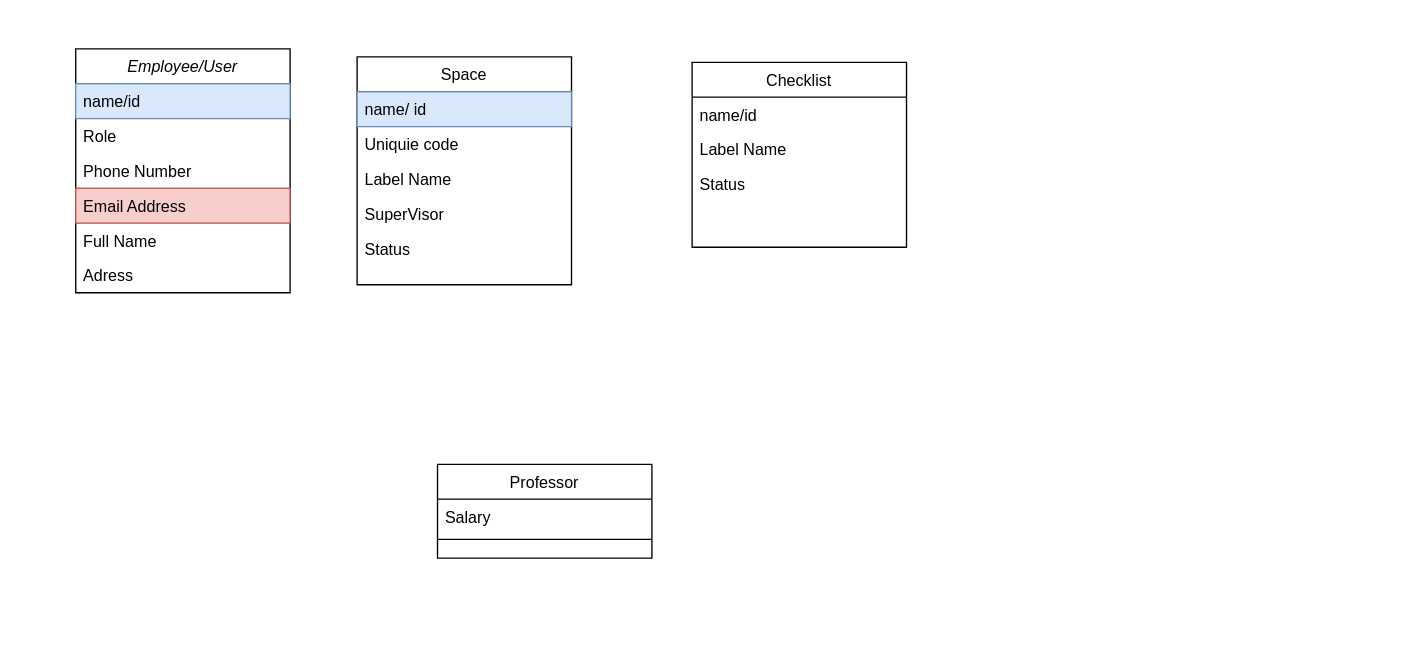
The draw.io diagram Untitled Diagram.drawio in aixart12/weatherapp, before the edit. Source tidied: cells renumbered, new cells numbered last; positions are measured from the earlier drawing's top-left corner, leaving out a move shared by most shapes. Both pictures are drawn from the tidied source at 134%, with x=0, y=0 at pixel (75, 48).
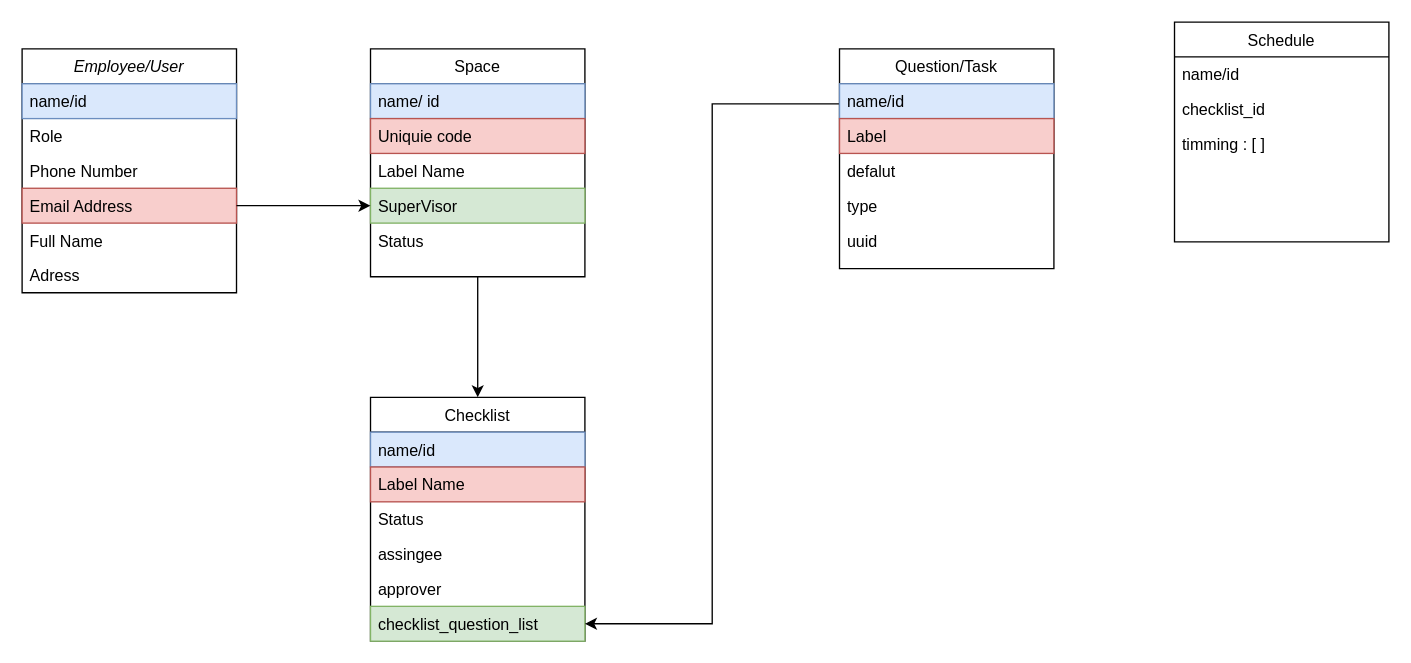
The same page after the edit.

Unchanged cells that the change refers to:
```xml
<mxCell id="6" value="Email Address" style="text;align=left;verticalAlign=top;spacingLeft=4;spacingRight=4;overflow=hidden;points=[[0,0.5],[1,0.5]];portConstraint=eastwest;rounded=0;shadow=0;html=0;fillColor=#f8cecc;strokeColor=#b85450;" parent="2" vertex="1">
  <mxGeometry y="104" width="160" height="26" as="geometry" />
</mxCell>
```

Change to the diagram source:
```diff
@@
     <mxCell id="2" value="Employee/User" style="swimlane;fontStyle=2;align=center;verticalAlign=top;horizontal=1;startSize=26;rounded=0;shadow=0;strokeWidth=1;" parent="1" vertex="1">
-      <mxGeometry width="160" height="182" as="geometry" />
+      <mxGeometry x="-40" width="160" height="182" as="geometry" />
     </mxCell>
@@
     <mxCell id="9" value="Checklist" style="swimlane;fontStyle=0;align=center;verticalAlign=top;horizontal=1;startSize=26;rounded=0;shadow=0;strokeWidth=1;" parent="1" vertex="1">
-      <mxGeometry x="460" y="10" width="160" height="138" as="geometry" />
+      <mxGeometry x="220" y="260" width="160" height="182" as="geometry" />
     </mxCell>
-    <mxCell id="10" value="name/id" style="text;align=left;verticalAlign=top;spacingLeft=4;spacingRight=4;overflow=hidden;" parent="9" vertex="1">
+    <mxCell id="10" value="name/id" style="text;align=left;verticalAlign=top;spacingLeft=4;spacingRight=4;overflow=hidden;fillColor=#dae8fc;strokeColor=#6c8ebf;" parent="9" vertex="1">
       <mxGeometry y="26" width="160" height="26" as="geometry" />
     </mxCell>
-    <mxCell id="11" value="Label Name" style="text;align=left;verticalAlign=top;spacingLeft=4;spacingRight=4;overflow=hidden;rounded=0;shadow=0;html=0;" parent="9" vertex="1">
+    <mxCell id="11" value="Label Name" style="text;align=left;verticalAlign=top;spacingLeft=4;spacingRight=4;overflow=hidden;rounded=0;shadow=0;html=0;fillColor=#f8cecc;strokeColor=#b85450;" parent="9" vertex="1">
       <mxGeometry y="52" width="160" height="26" as="geometry" />
     </mxCell>
@@
+    <mxCell id="22" value="assingee" style="text;align=left;verticalAlign=top;spacingLeft=4;spacingRight=4;overflow=hidden;" parent="9" vertex="1">
+      <mxGeometry y="104" width="160" height="26" as="geometry" />
+    </mxCell>
+    <mxCell id="23" value="approver" style="text;align=left;verticalAlign=top;spacingLeft=4;spacingRight=4;overflow=hidden;" parent="9" vertex="1">
+      <mxGeometry y="130" width="160" height="26" as="geometry" />
+    </mxCell>
+    <mxCell id="24" value="checklist_question_list" style="text;align=left;verticalAlign=top;spacingLeft=4;spacingRight=4;overflow=hidden;points=[[0,0.5],[1,0.5]];portConstraint=eastwest;fillColor=#d5e8d4;strokeColor=#82b366;" parent="9" vertex="1">
+      <mxGeometry y="156" width="160" height="26" as="geometry" />
+    </mxCell>
+    <mxCell id="25" style="edgeStyle=orthogonalEdgeStyle;rounded=0;jettySize=auto;html=1;exitX=0;exitY=0.25;exitDx=0;exitDy=0;" parent="1" edge="1" source="13" target="24">
+      <mxGeometry relative="1" as="geometry" />
+    </mxCell>
-    <mxCell id="13" value="Professor" style="swimlane;fontStyle=0;align=center;verticalAlign=top;horizontal=1;startSize=26;rounded=0;shadow=0;strokeWidth=1;" parent="1" vertex="1">
-      <mxGeometry x="270" y="310" width="160" height="70" as="geometry" />
+    <mxCell id="13" value="Question/Task" style="swimlane;fontStyle=0;align=center;verticalAlign=top;horizontal=1;startSize=26;rounded=0;shadow=0;strokeWidth=1;" parent="1" vertex="1">
+      <mxGeometry x="570" width="160" height="164" as="geometry" />
     </mxCell>
-    <mxCell id="14" value="Salary" style="text;align=left;verticalAlign=top;spacingLeft=4;spacingRight=4;overflow=hidden;" parent="13" vertex="1">
+    <mxCell id="14" value="name/id" style="text;align=left;verticalAlign=top;spacingLeft=4;spacingRight=4;overflow=hidden;fillColor=#dae8fc;strokeColor=#6c8ebf;" parent="13" vertex="1">
       <mxGeometry y="26" width="160" height="26" as="geometry" />
     </mxCell>
-    <mxCell id="15" style="line;html=1;strokeWidth=1;align=left;verticalAlign=middle;spacingTop=-1;spacingLeft=3;spacingRight=3;labelPosition=right;" parent="13" vertex="1">
-      <mxGeometry y="52" width="160" height="8" as="geometry" />
-    </mxCell>
+    <mxCell id="26" value="Label" style="text;align=left;verticalAlign=top;spacingLeft=4;spacingRight=4;overflow=hidden;fillColor=#f8cecc;strokeColor=#b85450;" parent="13" vertex="1">
+      <mxGeometry y="52" width="160" height="26" as="geometry" />
+    </mxCell>
+    <mxCell id="27" value="defalut" style="text;align=left;verticalAlign=top;spacingLeft=4;spacingRight=4;overflow=hidden;" parent="13" vertex="1">
+      <mxGeometry y="78" width="160" height="26" as="geometry" />
+    </mxCell>
+    <mxCell id="28" value="type" style="text;align=left;verticalAlign=top;spacingLeft=4;spacingRight=4;overflow=hidden;" parent="13" vertex="1">
+      <mxGeometry y="104" width="160" height="26" as="geometry" />
+    </mxCell>
+    <mxCell id="29" value="uuid" style="text;align=left;verticalAlign=top;spacingLeft=4;spacingRight=4;overflow=hidden;" parent="13" vertex="1">
+      <mxGeometry y="130" width="160" height="26" as="geometry" />
+    </mxCell>
+    <mxCell id="30" style="edgeStyle=orthogonalEdgeStyle;rounded=0;jettySize=auto;html=1;entryX=0.5;entryY=0;entryDx=0;entryDy=0;" parent="1" edge="1" source="16" target="9">
+      <mxGeometry relative="1" as="geometry" />
+    </mxCell>
     <mxCell id="16" value="Space" style="swimlane;fontStyle=0;align=center;verticalAlign=top;horizontal=1;startSize=26;rounded=0;shadow=0;strokeWidth=1;" parent="1" vertex="1">
-      <mxGeometry x="210" y="6" width="160" height="170" as="geometry" />
+      <mxGeometry x="220" width="160" height="170" as="geometry" />
     </mxCell>
@@
-    <mxCell id="18" value="Uniquie code" style="text;align=left;verticalAlign=top;spacingLeft=4;spacingRight=4;overflow=hidden;rounded=0;shadow=0;html=0;" parent="16" vertex="1">
+    <mxCell id="18" value="Uniquie code" style="text;align=left;verticalAlign=top;spacingLeft=4;spacingRight=4;overflow=hidden;rounded=0;shadow=0;html=0;fillColor=#f8cecc;strokeColor=#b85450;" parent="16" vertex="1">
       <mxGeometry y="52" width="160" height="26" as="geometry" />
     </mxCell>
@@
-    <mxCell id="20" value="SuperVisor" style="text;align=left;verticalAlign=top;spacingLeft=4;spacingRight=4;overflow=hidden;points=[[0,0.5],[1,0.5]];portConstraint=eastwest;rounded=0;shadow=0;html=0;" parent="16" vertex="1">
+    <mxCell id="20" value="SuperVisor" style="text;align=left;verticalAlign=top;spacingLeft=4;spacingRight=4;overflow=hidden;points=[[0,0.5],[1,0.5]];portConstraint=eastwest;rounded=0;shadow=0;html=0;fillColor=#d5e8d4;strokeColor=#82b366;" parent="16" vertex="1">
       <mxGeometry y="104" width="160" height="26" as="geometry" />
     </mxCell>
@@
+    <mxCell id="31" value="Schedule" style="swimlane;fontStyle=0;align=center;verticalAlign=top;horizontal=1;startSize=26;rounded=0;shadow=0;strokeWidth=1;" parent="1" vertex="1">
+      <mxGeometry x="820" y="-20" width="160" height="164" as="geometry" />
+    </mxCell>
+    <mxCell id="32" value="name/id" style="text;align=left;verticalAlign=top;spacingLeft=4;spacingRight=4;overflow=hidden;" parent="31" vertex="1">
+      <mxGeometry y="26" width="160" height="26" as="geometry" />
+    </mxCell>
+    <mxCell id="33" value="checklist_id" style="text;align=left;verticalAlign=top;spacingLeft=4;spacingRight=4;overflow=hidden;" parent="31" vertex="1">
+      <mxGeometry y="52" width="160" height="26" as="geometry" />
+    </mxCell>
+    <mxCell id="34" value="timming : [ ]" style="text;align=left;verticalAlign=top;spacingLeft=4;spacingRight=4;overflow=hidden;" parent="31" vertex="1">
+      <mxGeometry y="78" width="160" height="26" as="geometry" />
+    </mxCell>
+    <mxCell id="35" style="edgeStyle=orthogonalEdgeStyle;rounded=0;jettySize=auto;html=1;entryX=0;entryY=0.5;entryDx=0;entryDy=0;" parent="1" edge="1" source="6" target="20">
+      <mxGeometry relative="1" as="geometry" />
+    </mxCell>
```
